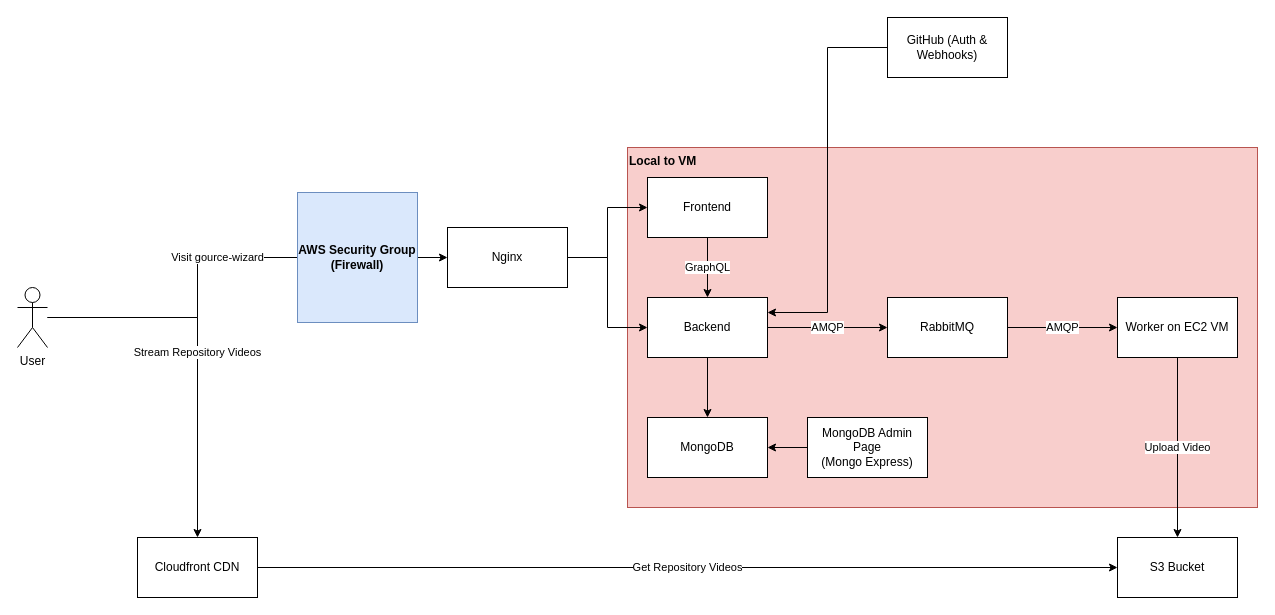
Before: page "Deployment Diagram" (2 of 3) of docs/architecture-diagram.drawio in RobertNichita/GourceWizard, a draw.io diagram. Source tidied: cells renumbered, new cells numbered last; positions are measured from the earlier drawing's top-left corner, leaving out a move shared by most shapes. Both pictures are drawn from the tidied source at 100%, with x=0, y=0 at pixel (17, 17).
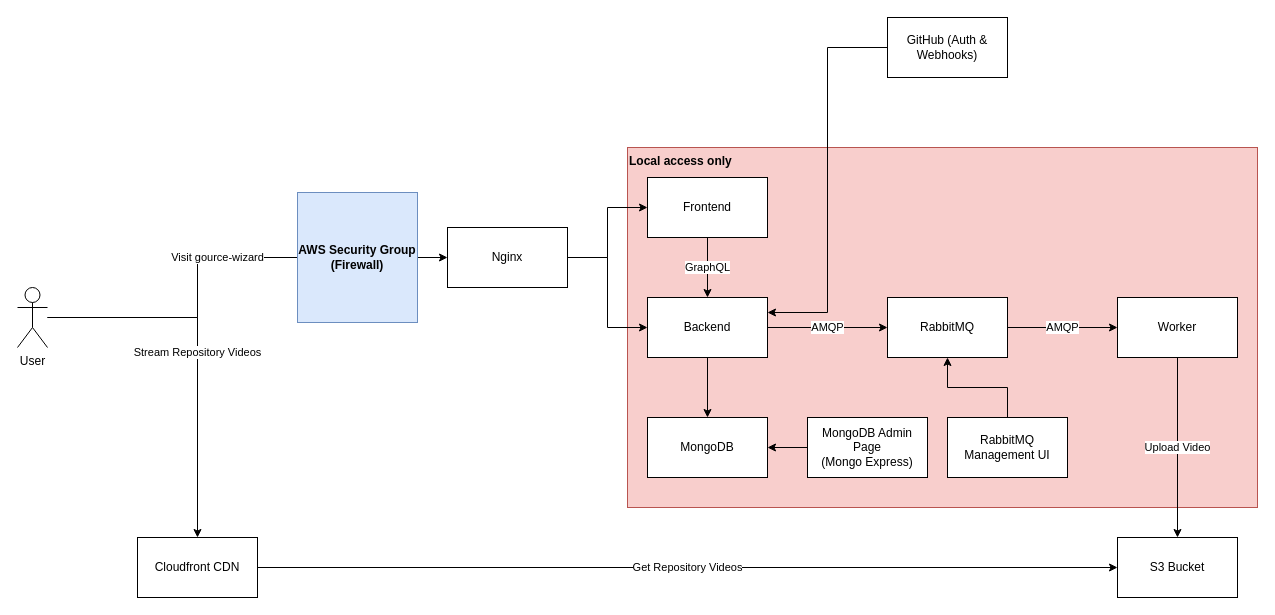
The same diagram, later.

Unchanged cells that the change refers to:
```xml
<mxCell id="11" value="RabbitMQ" style="rounded=0;whiteSpace=wrap;html=1;" parent="1" vertex="1">
  <mxGeometry x="870" y="280" width="120" height="60" as="geometry" />
</mxCell>
```

Diff of the diagram source:
```diff
@@
-    <mxCell id="2" value="Local to VM" style="whiteSpace=wrap;html=1;fillColor=#f8cecc;strokeColor=#b85450;align=left;verticalAlign=top;fontStyle=1;" parent="1" vertex="1">
+    <mxCell id="2" value="Local access only" style="whiteSpace=wrap;html=1;fillColor=#f8cecc;strokeColor=#b85450;align=left;verticalAlign=top;fontStyle=1;" parent="1" vertex="1">
       <mxGeometry x="610" y="130" width="630" height="360" as="geometry" />
     </mxCell>
@@
-    <mxCell id="9" value="Worker on EC2 VM" style="rounded=0;whiteSpace=wrap;html=1;" parent="1" vertex="1">
+    <mxCell id="9" value="Worker" style="rounded=0;whiteSpace=wrap;html=1;" parent="1" vertex="1">
       <mxGeometry x="1100" y="280" width="120" height="60" as="geometry" />
     </mxCell>
@@
+    <mxCell id="27" style="edgeStyle=orthogonalEdgeStyle;rounded=0;jettySize=auto;html=1;entryX=0.5;entryY=1;entryDx=0;entryDy=0;" parent="1" edge="1" source="28" target="11">
+      <mxGeometry relative="1" as="geometry" />
+    </mxCell>
+    <mxCell id="28" value="RabbitMQ Management UI" style="rounded=0;whiteSpace=wrap;html=1;" parent="1" vertex="1">
+      <mxGeometry x="930" y="400" width="120" height="60" as="geometry" />
+    </mxCell>
```
